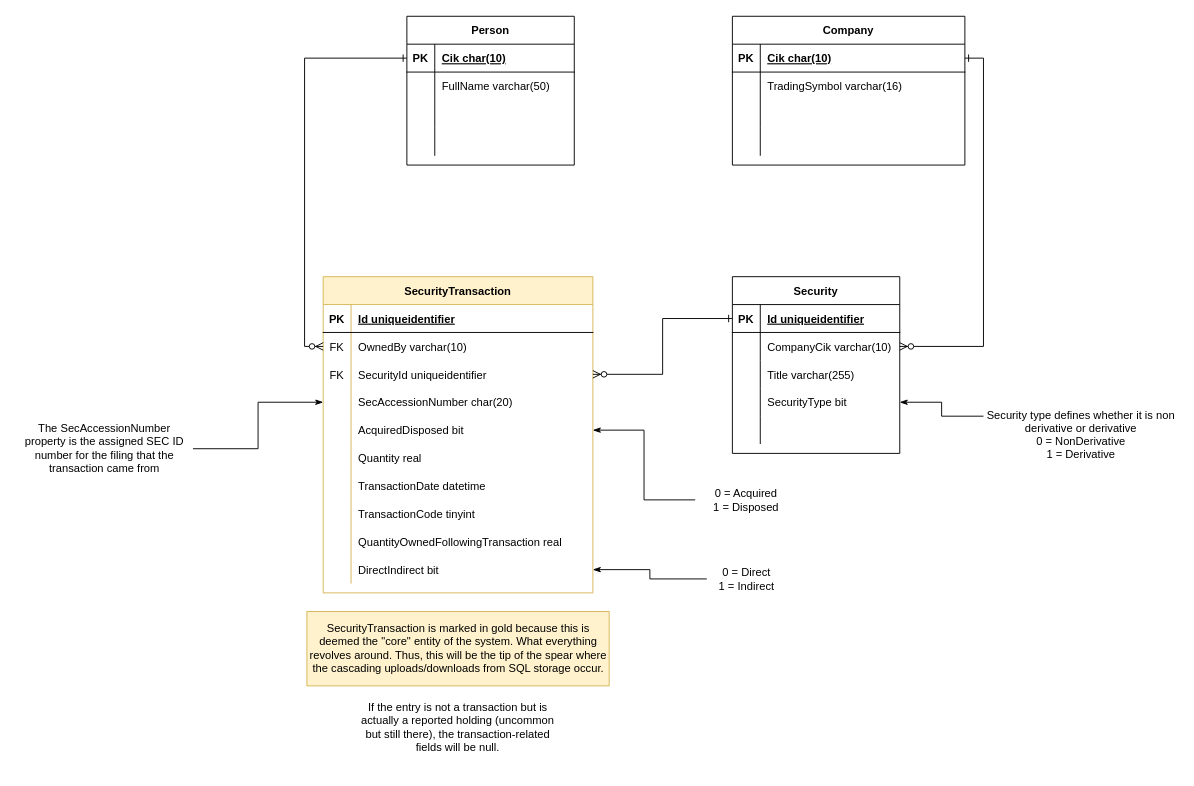
Above: AletheiaErd.drawio in TimHanewich/Aletheia-Engine-Library (draw.io), before the change. Source tidied: cells renumbered, new cells numbered last; positions are measured from the earlier drawing's top-left corner, leaving out a move shared by most shapes. Both pictures are drawn from the tidied source at 93%, with x=0, y=0 at pixel (16, 16).
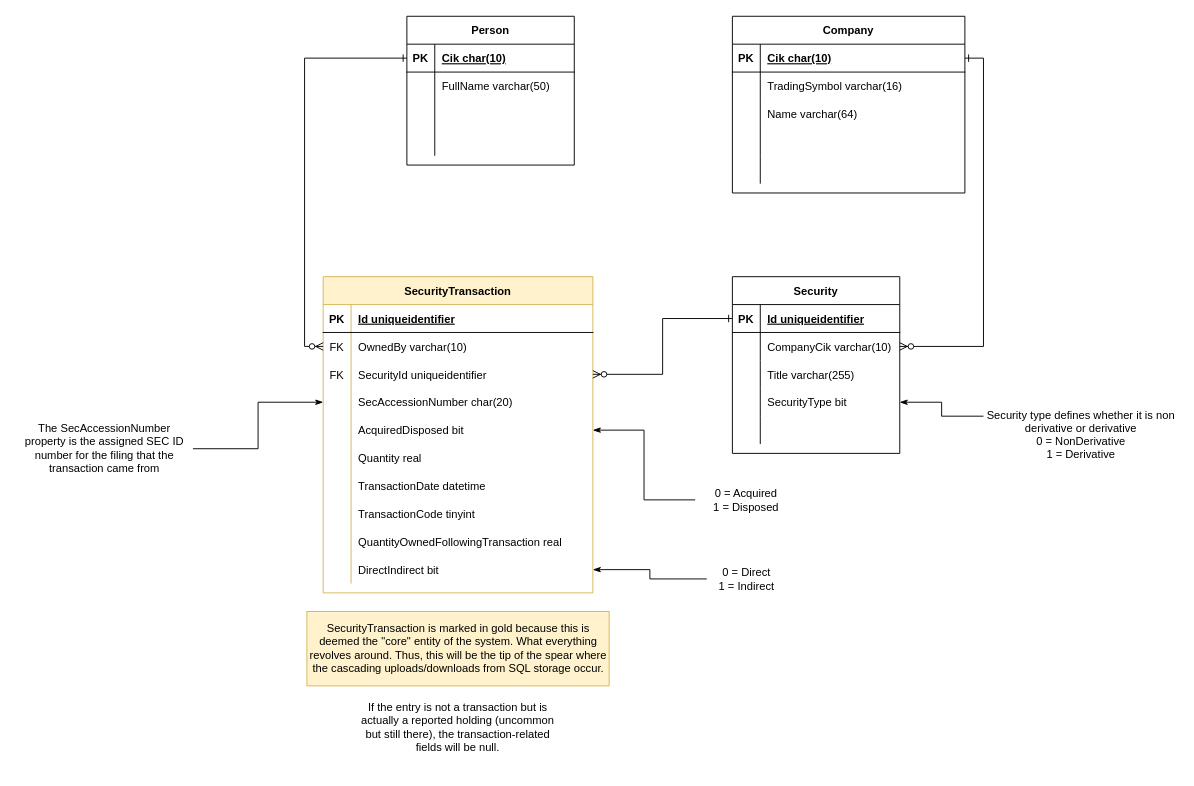
The same diagram, later.

Commit message:
Added name column to Company in ERD

What changed in the source:
```diff
@@
     <mxCell id="15" value="Company" style="shape=table;startSize=30;childLayout=tableLayout;rowLines=0;fontStyle=1;align=center;" parent="1" vertex="1">
-      <mxGeometry x="770" width="250" height="160" as="geometry" />
+      <mxGeometry x="770" width="250" height="190" as="geometry" />
     </mxCell>
@@
+    <mxCell id="88" style="shape=partialRectangle;fillColor=none;top=0;left=0;bottom=0;right=0;" parent="15" vertex="1">
+      <mxGeometry y="90" width="250" height="30" as="geometry" />
+    </mxCell>
+    <mxCell id="89" style="shape=partialRectangle;fillColor=none;top=0;left=0;bottom=0;right=0;overflow=hidden;" parent="88" vertex="1">
+      <mxGeometry width="30" height="30" as="geometry" />
+    </mxCell>
+    <mxCell id="90" value="Name varchar(64)" style="shape=partialRectangle;fillColor=none;top=0;left=0;bottom=0;right=0;align=left;spacingLeft=6;overflow=hidden;" parent="88" vertex="1">
+      <mxGeometry x="30" width="220" height="30" as="geometry" />
+    </mxCell>
     <mxCell id="22" style="shape=partialRectangle;fillColor=none;top=0;left=0;bottom=0;right=0;" parent="15" vertex="1">
-      <mxGeometry y="90" width="250" height="30" as="geometry" />
+      <mxGeometry y="120" width="250" height="30" as="geometry" />
     </mxCell>
@@
     <mxCell id="25" style="shape=partialRectangle;fillColor=none;top=0;left=0;bottom=0;right=0;" parent="15" vertex="1">
-      <mxGeometry y="120" width="250" height="30" as="geometry" />
+      <mxGeometry y="150" width="250" height="30" as="geometry" />
     </mxCell>
```
